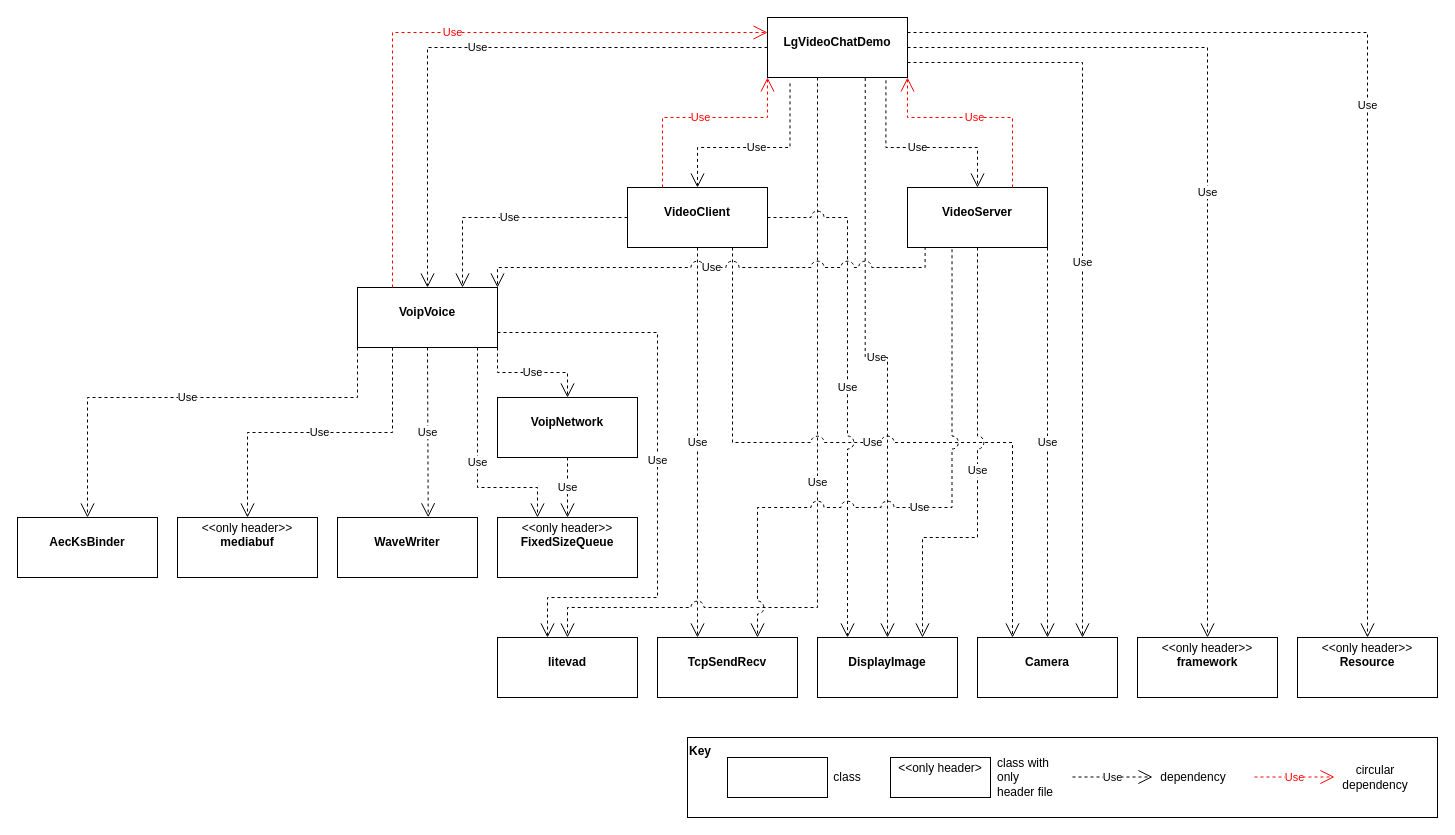
Earlier version of the draw.io diagram page "Q3" (2 of 2) of SW Architect A2.drawio (sunggooni/SW_Architect). Source tidied: cells renumbered, new cells numbered last; positions are measured from the earlier drawing's top-left corner, leaving out a move shared by most shapes. Both pictures are drawn from the tidied source at 100%, with x=0, y=0 at pixel (17, 17).
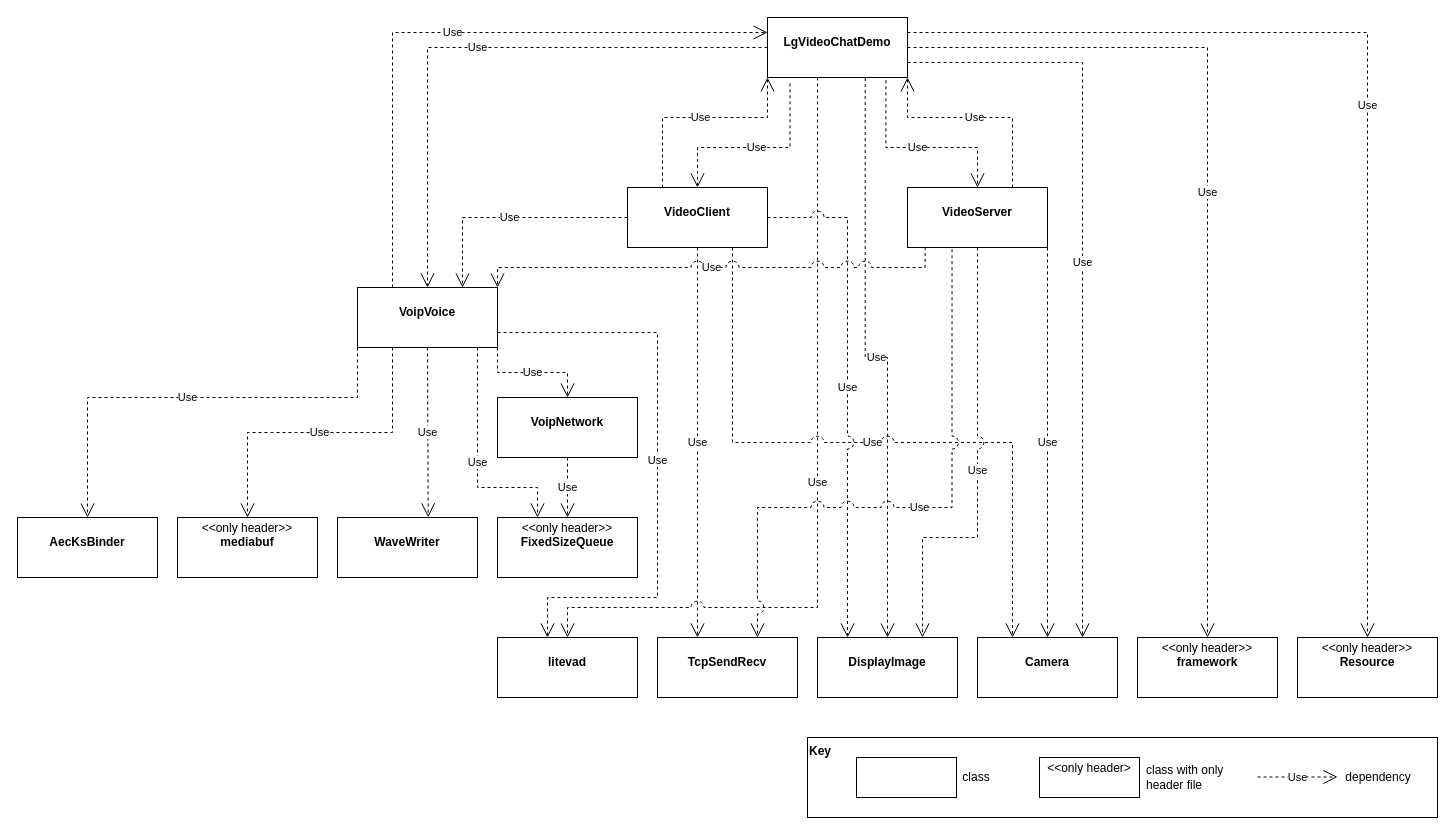
Above is the later version.

The change refers to these unchanged cells:
```xml
<mxCell id="9" value="&lt;p style=&quot;margin:0px;margin-top:4px;text-align:center;&quot;&gt;&lt;br&gt;&lt;span style=&quot;-webkit-text-stroke: 0px rgba(0, 0, 0, 0);&quot;&gt;&lt;b class=&quot;fr-fix-d86f9b94&quot;&gt;LgVideoChatDemo&lt;/b&gt;&lt;/span&gt;&lt;/p&gt;" style="verticalAlign=top;align=left;overflow=fill;fontSize=12;fontFamily=Helvetica;html=1;whiteSpace=wrap;" parent="1" vertex="1">
  <mxGeometry x="750" width="140" height="60" as="geometry" />
</mxCell>
<mxCell id="12" value="&lt;p style=&quot;margin:0px;margin-top:4px;text-align:center;&quot;&gt;&lt;br&gt;&lt;span style=&quot;-webkit-text-stroke: 0px rgba(0, 0, 0, 0);&quot;&gt;&lt;b class=&quot;fr-fix-d86f9b94&quot;&gt;VideoClient&lt;/b&gt;&lt;/span&gt;&lt;/p&gt;" style="verticalAlign=top;align=left;overflow=fill;fontSize=12;fontFamily=Helvetica;html=1;whiteSpace=wrap;" parent="1" vertex="1">
  <mxGeometry x="610" y="170" width="140" height="60" as="geometry" />
</mxCell>
<mxCell id="13" value="&lt;p style=&quot;margin:0px;margin-top:4px;text-align:center;&quot;&gt;&lt;br&gt;&lt;span style=&quot;-webkit-text-stroke: 0px rgba(0, 0, 0, 0);&quot;&gt;&lt;b class=&quot;fr-fix-d86f9b94&quot;&gt;VideoServer&lt;/b&gt;&lt;/span&gt;&lt;/p&gt;" style="verticalAlign=top;align=left;overflow=fill;fontSize=12;fontFamily=Helvetica;html=1;whiteSpace=wrap;" parent="1" vertex="1">
  <mxGeometry x="890" y="170" width="140" height="60" as="geometry" />
</mxCell>
<mxCell id="15" value="&lt;p style=&quot;margin:0px;margin-top:4px;text-align:center;&quot;&gt;&lt;br&gt;&lt;span style=&quot;-webkit-text-stroke: 0px rgba(0, 0, 0, 0);&quot;&gt;&lt;b class=&quot;fr-fix-d86f9b94&quot;&gt;VoipVoice&lt;/b&gt;&lt;/span&gt;&lt;/p&gt;" style="verticalAlign=top;align=left;overflow=fill;fontSize=12;fontFamily=Helvetica;html=1;whiteSpace=wrap;" parent="1" vertex="1">
  <mxGeometry x="340" y="270" width="140" height="60" as="geometry" />
</mxCell>
```

Diff of the diagram source:
```diff
@@
-    <mxCell id="26" value="Use" style="endArrow=open;endSize=12;dashed=1;html=1;rounded=0;exitX=0.25;exitY=0;exitDx=0;exitDy=0;jumpStyle=arc;jumpSize=13;shadow=0;strokeWidth=1;edgeStyle=orthogonalEdgeStyle;entryX=0;entryY=1;entryDx=0;entryDy=0;elbow=vertical;fontColor=#FF0000;strokeColor=#FF0000;" parent="1" edge="1" source="12" target="9">
+    <mxCell id="26" value="Use" style="endArrow=open;endSize=12;dashed=1;html=1;rounded=0;exitX=0.25;exitY=0;exitDx=0;exitDy=0;jumpStyle=arc;jumpSize=13;shadow=0;strokeWidth=1;edgeStyle=orthogonalEdgeStyle;entryX=0;entryY=1;entryDx=0;entryDy=0;elbow=vertical;fontColor=#000000;strokeColor=#000000;" parent="1" edge="1" source="12" target="9">
       <mxGeometry relative="1" as="geometry">
         <Array as="points">
           <mxPoint x="645" y="100" />
           <mxPoint x="750" y="100" />
         </Array>
       </mxGeometry>
     </mxCell>
@@
-    <mxCell id="30" value="Use" style="endArrow=open;endSize=12;dashed=1;html=1;rounded=0;exitX=0.75;exitY=0;exitDx=0;exitDy=0;jumpStyle=arc;jumpSize=13;shadow=0;strokeWidth=1;edgeStyle=orthogonalEdgeStyle;entryX=1;entryY=1;entryDx=0;entryDy=0;fontColor=#FF0000;strokeColor=#FF0000;" parent="1" edge="1" source="13" target="9">
+    <mxCell id="30" value="Use" style="endArrow=open;endSize=12;dashed=1;html=1;rounded=0;exitX=0.75;exitY=0;exitDx=0;exitDy=0;jumpStyle=arc;jumpSize=13;shadow=0;strokeWidth=1;edgeStyle=orthogonalEdgeStyle;entryX=1;entryY=1;entryDx=0;entryDy=0;fontColor=#000000;strokeColor=#000000;" parent="1" edge="1" source="13" target="9">
       <mxGeometry relative="1" as="geometry">
         <Array as="points">
           <mxPoint x="995" y="100" />
           <mxPoint x="890" y="100" />
         </Array>
       </mxGeometry>
     </mxCell>
@@
-    <mxCell id="36" value="Use" style="endArrow=open;endSize=12;dashed=1;html=1;rounded=0;exitX=0.25;exitY=0;exitDx=0;exitDy=0;jumpStyle=arc;jumpSize=13;shadow=0;strokeWidth=1;entryX=0;entryY=0.25;entryDx=0;entryDy=0;edgeStyle=orthogonalEdgeStyle;fontColor=#FF0000;strokeColor=#FF0000;" parent="1" edge="1" source="15" target="9">
+    <mxCell id="36" value="Use" style="endArrow=open;endSize=12;dashed=1;html=1;rounded=0;exitX=0.25;exitY=0;exitDx=0;exitDy=0;jumpStyle=arc;jumpSize=13;shadow=0;strokeWidth=1;entryX=0;entryY=0.25;entryDx=0;entryDy=0;edgeStyle=orthogonalEdgeStyle;fontColor=#000000;strokeColor=#000000;" parent="1" edge="1" source="15" target="9">
       <mxGeometry relative="1" as="geometry" />
     </mxCell>
@@
     <mxCell id="43" value="Key" style="html=1;whiteSpace=wrap;align=left;verticalAlign=top;fontStyle=1;" parent="1" vertex="1">
-      <mxGeometry x="670" y="720" width="750" height="80" as="geometry" />
+      <mxGeometry x="790" y="720" width="630" height="80" as="geometry" />
     </mxCell>
     <mxCell id="44" value="&lt;p style=&quot;margin:0px;margin-top:4px;text-align:center;&quot;&gt;&lt;br&gt;&lt;br&gt;&lt;/p&gt;" style="verticalAlign=top;align=left;overflow=fill;fontSize=12;fontFamily=Helvetica;html=1;whiteSpace=wrap;" parent="1" vertex="1">
-      <mxGeometry x="710" y="740" width="100" height="40" as="geometry" />
+      <mxGeometry x="839" y="740" width="100" height="40" as="geometry" />
     </mxCell>
     <mxCell id="45" value="class" style="text;html=1;strokeColor=none;fillColor=none;align=center;verticalAlign=middle;whiteSpace=wrap;rounded=0;" parent="1" vertex="1">
-      <mxGeometry x="800" y="745" width="60" height="30" as="geometry" />
+      <mxGeometry x="929" y="745" width="60" height="30" as="geometry" />
     </mxCell>
     <mxCell id="46" value="Use" style="endArrow=open;endSize=12;dashed=1;html=1;rounded=0;jumpStyle=arc;jumpSize=13;shadow=0;strokeWidth=1;" parent="1" edge="1">
       <mxGeometry relative="1" as="geometry">
-        <mxPoint x="1055" y="759.5" as="sourcePoint" />
-        <mxPoint x="1135" y="759.5" as="targetPoint" />
+        <mxPoint x="1240" y="759.5" as="sourcePoint" />
+        <mxPoint x="1320" y="759.5" as="targetPoint" />
       </mxGeometry>
     </mxCell>
     <mxCell id="47" value="dependency" style="text;html=1;strokeColor=none;fillColor=none;align=center;verticalAlign=middle;whiteSpace=wrap;rounded=0;" parent="1" vertex="1">
-      <mxGeometry x="1146" y="745" width="60" height="30" as="geometry" />
+      <mxGeometry x="1331" y="745" width="60" height="30" as="geometry" />
     </mxCell>
-    <mxCell id="48" value="Use" style="endArrow=open;endSize=12;dashed=1;html=1;rounded=0;jumpStyle=arc;jumpSize=13;shadow=0;strokeWidth=1;strokeColor=#FF0000;fontColor=#FF0000;" parent="1" edge="1">
-      <mxGeometry relative="1" as="geometry">
-        <mxPoint x="1237" y="759.5" as="sourcePoint" />
-        <mxPoint x="1317" y="759.5" as="targetPoint" />
-      </mxGeometry>
-    </mxCell>
-    <mxCell id="49" value="circular&lt;br&gt;dependency" style="text;html=1;strokeColor=none;fillColor=none;align=center;verticalAlign=middle;whiteSpace=wrap;rounded=0;" parent="1" vertex="1">
-      <mxGeometry x="1328" y="745" width="60" height="30" as="geometry" />
-    </mxCell>
     <mxCell id="50" value="&lt;p style=&quot;margin:0px;margin-top:4px;text-align:center;&quot;&gt;&amp;lt;&amp;lt;only header&amp;gt;&lt;br&gt;&lt;br&gt;&lt;/p&gt;" style="verticalAlign=top;align=left;overflow=fill;fontSize=12;fontFamily=Helvetica;html=1;whiteSpace=wrap;" parent="1" vertex="1">
-      <mxGeometry x="873" y="740" width="100" height="40" as="geometry" />
+      <mxGeometry x="1022" y="740" width="100" height="40" as="geometry" />
     </mxCell>
     <mxCell id="51" value="class with only header file" style="text;html=1;strokeColor=none;fillColor=none;align=left;verticalAlign=middle;whiteSpace=wrap;rounded=0;" parent="1" vertex="1">
-      <mxGeometry x="978" y="745" width="60" height="30" as="geometry" />
+      <mxGeometry x="1127" y="745" width="94" height="30" as="geometry" />
     </mxCell>
```
